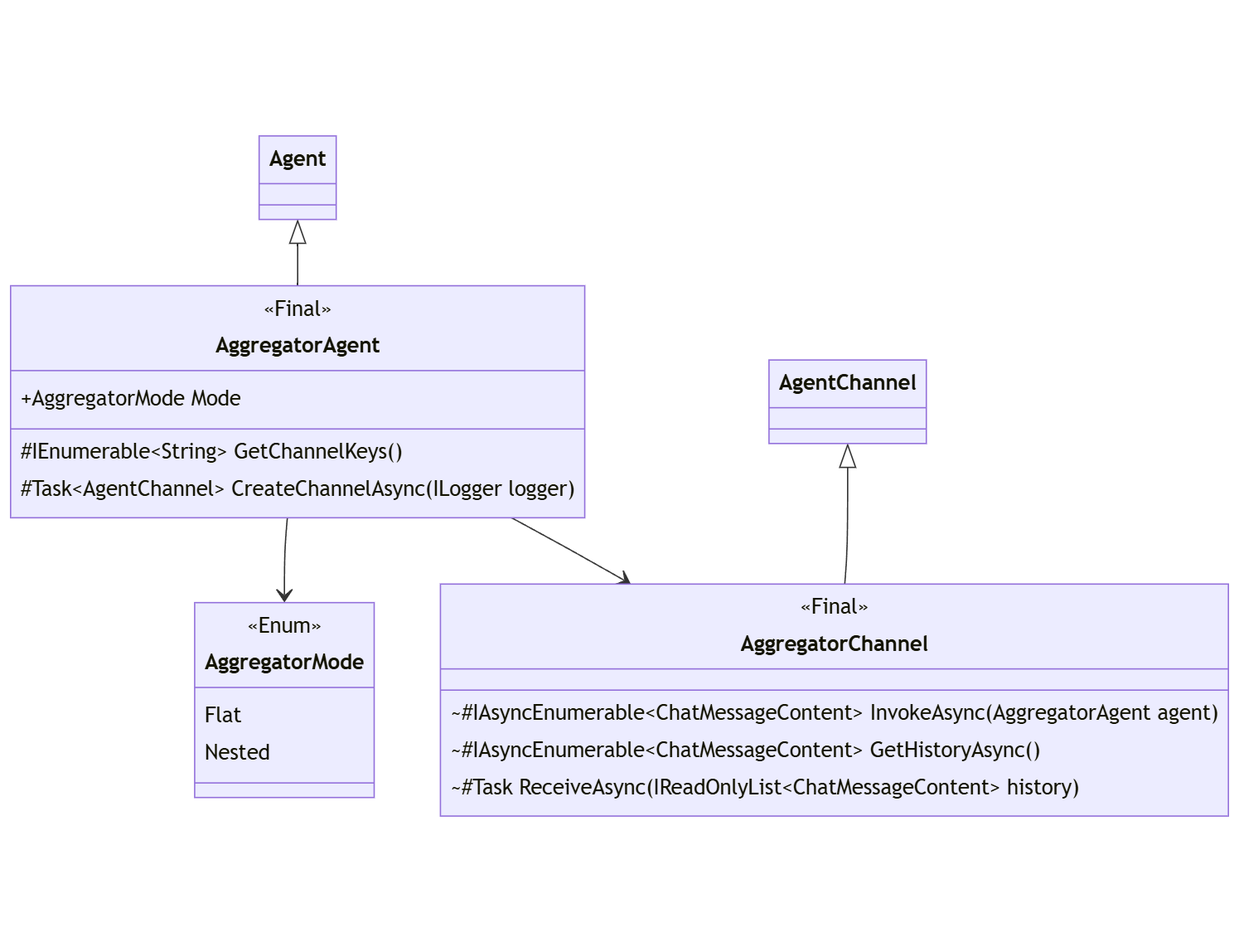
Above: docs/decisions/diagrams/agent-aggregator.png in microsoft/semantic-kernel (Mermaid), before the change. Its source is kept beside it as docs/decisions/diagrams/agent-aggregator.mmd.
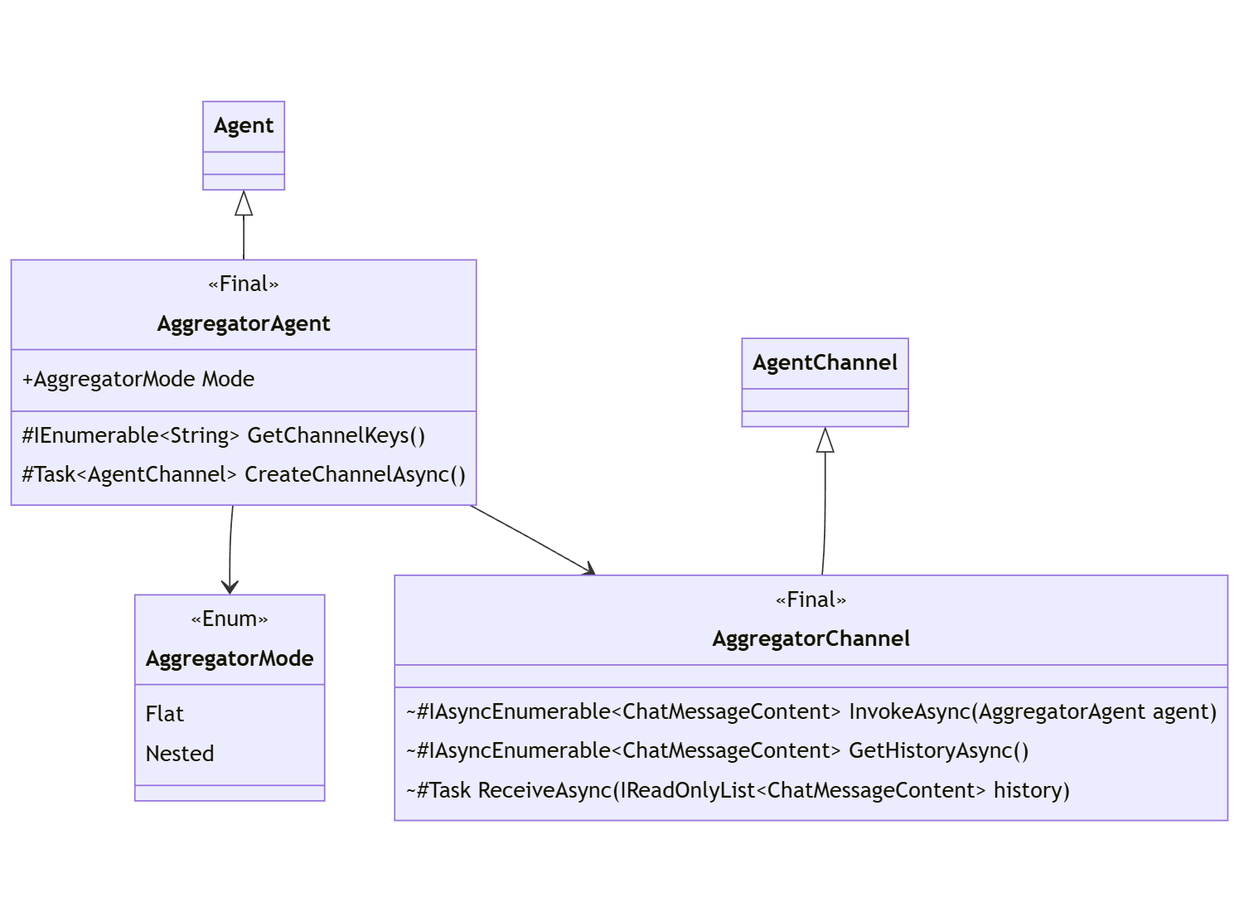
The same diagram one commit later.

Change to the diagram source:
```diff
@@ -16,7 +16,7 @@
         <<Final>>
         +AggregatorMode Mode
         #IEnumerable~String~ GetChannelKeys()
-        #Task~AgentChannel~ CreateChannelAsync(ILogger logger)
+        #Task~AgentChannel~ CreateChannelAsync()
     }
 
     AgentChannel <|-- AggregatorChannel
```
